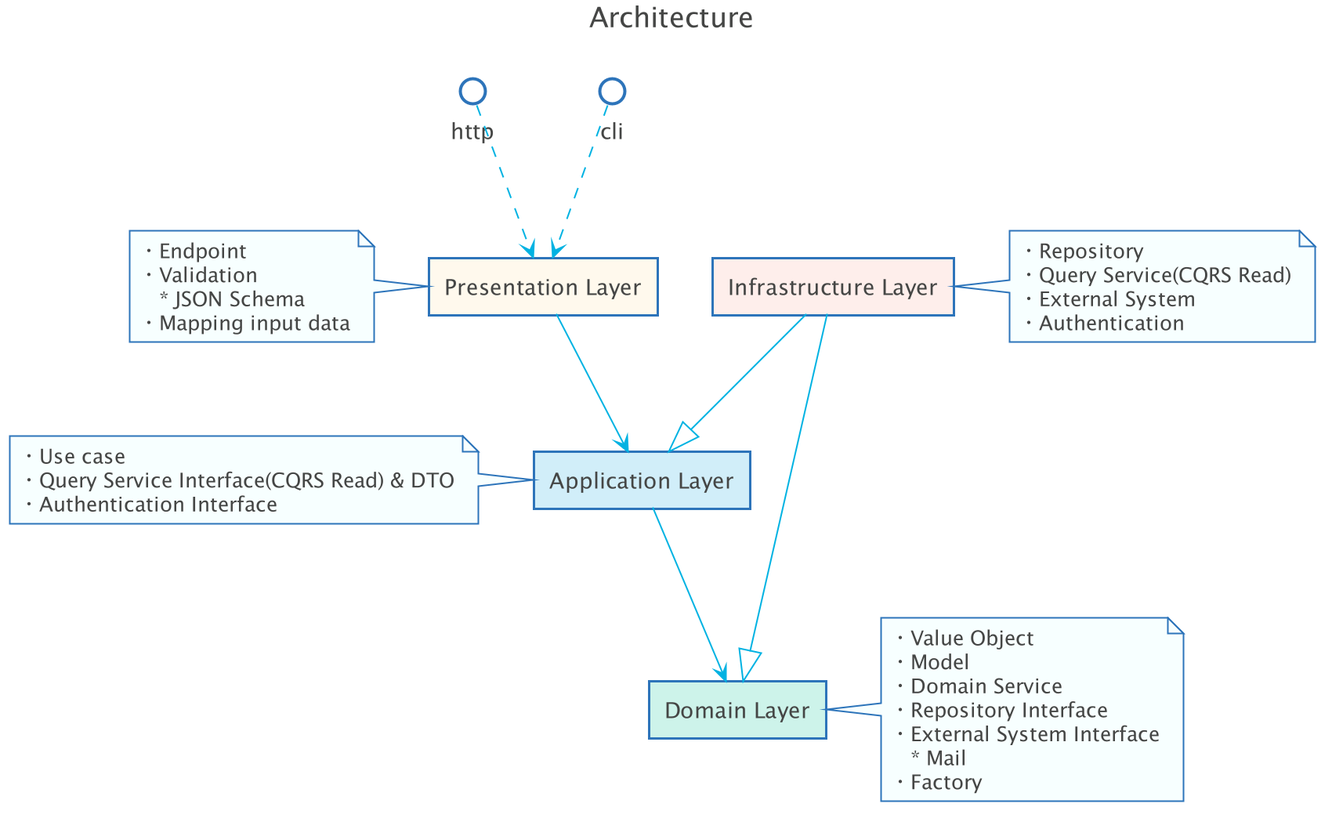
The PlantUML diagram docs/uml/architecture.png in apple-x-co/bear-app-old, before a commit.
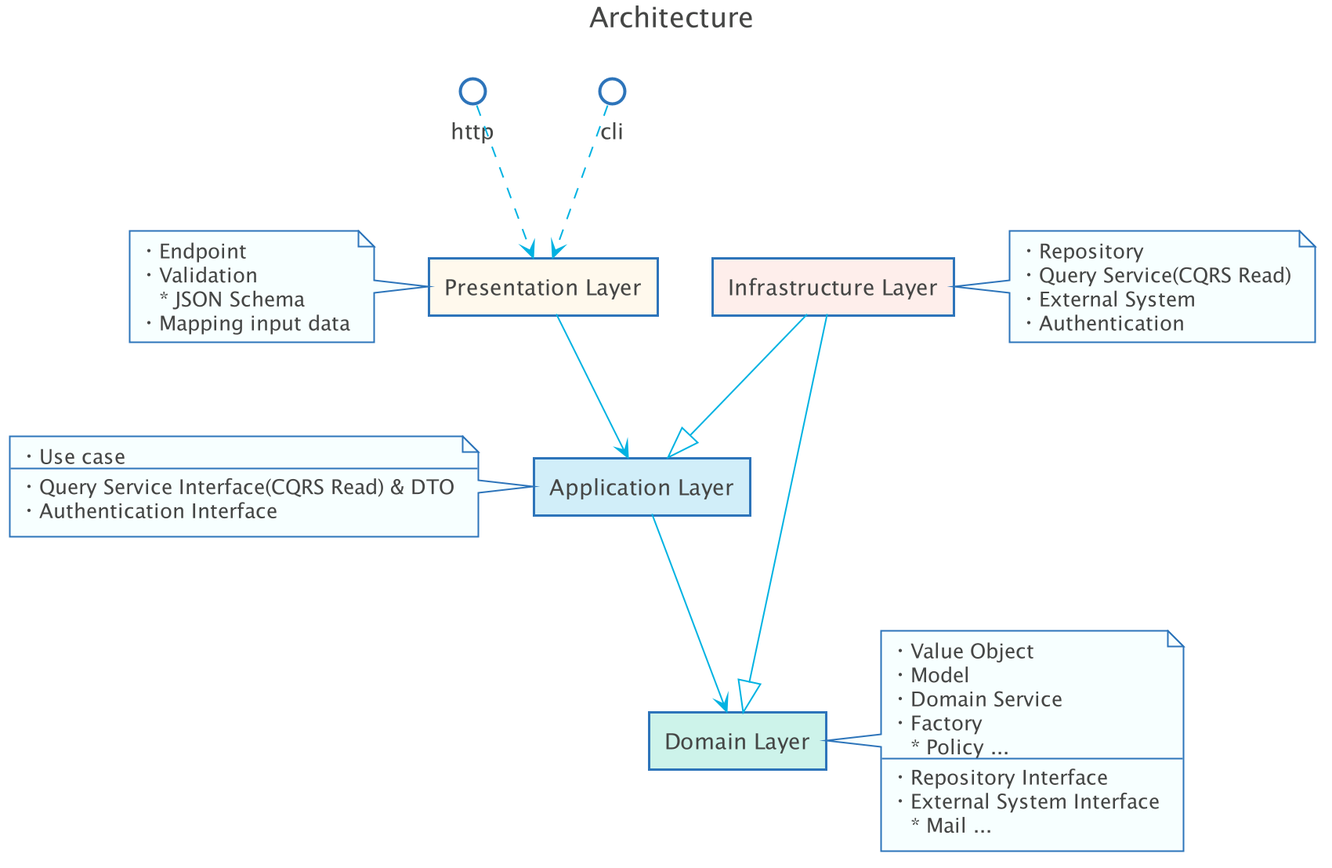
After the commit.

Diff of the diagram source:
```diff
@@ -131,6 +131,7 @@
 
 note left of (app)
 ・Use case
+---
 ・Query Service Interface(CQRS Read) & DTO
 ・Authentication Interface
 end note
@@ -141,10 +142,12 @@
 ・Value Object
 ・Model
 ・Domain Service
+・Factory
+　* Policy ...
+---
 ・Repository Interface
 ・External System Interface
-　* Mail
-・Factory
+　* Mail ...
 end note
 
 http ..> presentation
```
